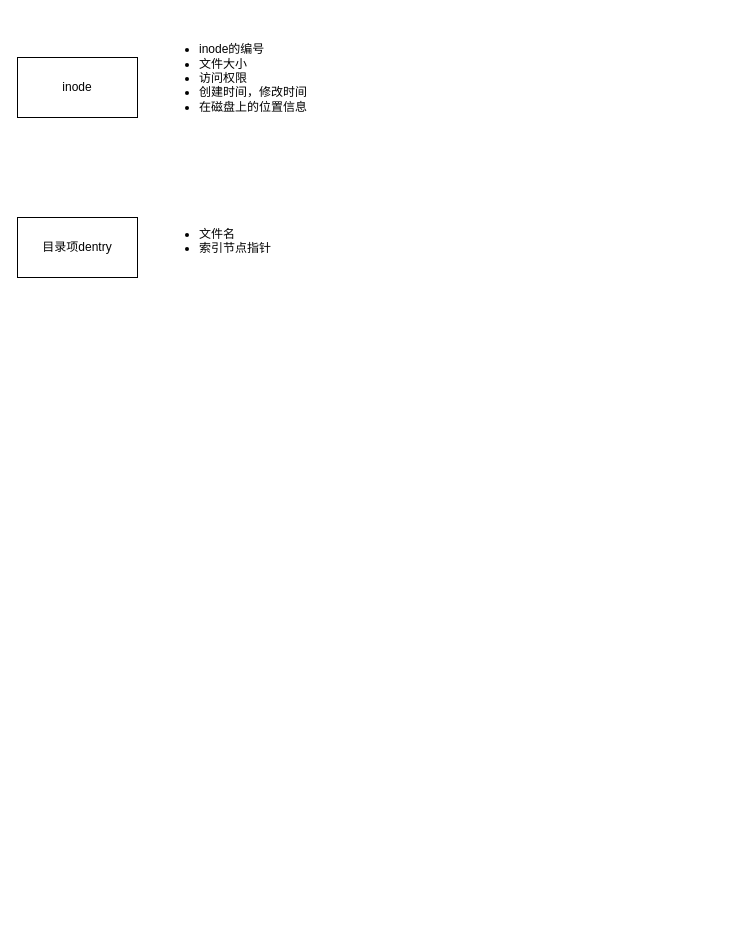
brettKK/brettkk.github.io keeps this draw.io diagram as os/test.drawio. Above is the earlier version. Source tidied: cells renumbered, new cells numbered last; positions are measured from the earlier drawing's top-left corner, leaving out a move shared by most shapes. Both pictures are drawn from the tidied source at 100%, with x=0, y=0 at pixel (17, 17).
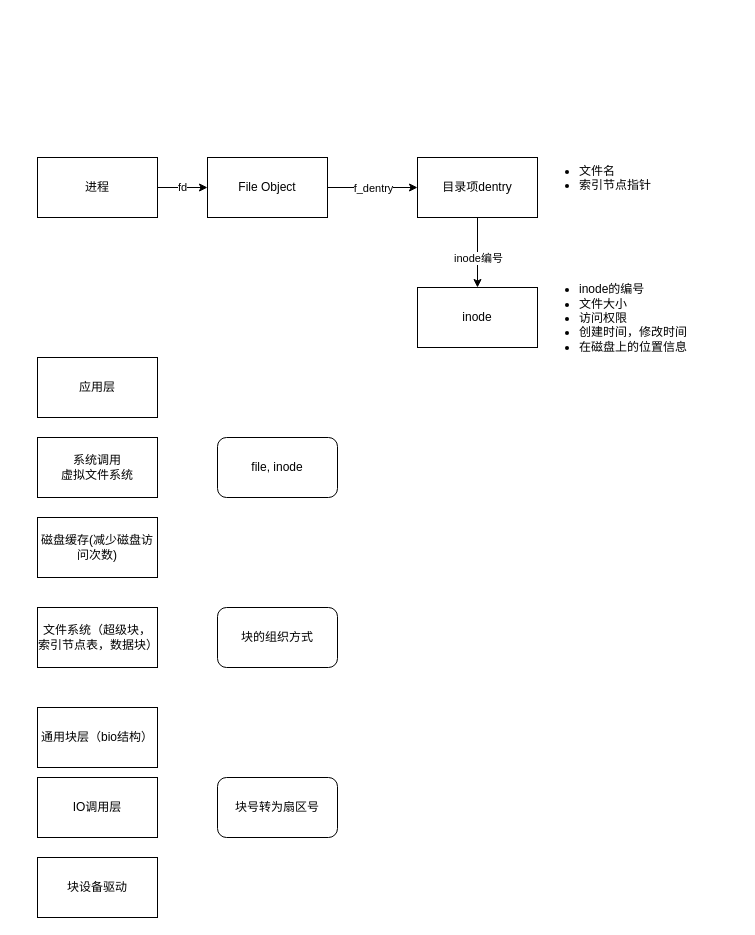
The same page after the edit.

Change to the diagram source:
```diff
@@
     <mxCell id="2" value="inode" style="rounded=0;whiteSpace=wrap;html=1;" parent="1" vertex="1">
-      <mxGeometry y="40" width="120" height="60" as="geometry" />
+      <mxGeometry x="400" y="270" width="120" height="60" as="geometry" />
     </mxCell>
     <mxCell id="3" value="&lt;ul&gt;&lt;li&gt;inode的编号&lt;/li&gt;&lt;li&gt;文件大小&lt;/li&gt;&lt;li&gt;访问权限&lt;/li&gt;&lt;li&gt;创建时间，修改时间&lt;/li&gt;&lt;li&gt;在磁盘上的位置信息&lt;/li&gt;&lt;/ul&gt;&lt;div&gt;&lt;br&gt;&lt;/div&gt;&lt;div&gt;&lt;br&gt;&lt;/div&gt;" style="text;strokeColor=none;fillColor=none;html=1;whiteSpace=wrap;verticalAlign=middle;overflow=hidden;" parent="1" vertex="1">
-      <mxGeometry x="140" width="200" height="150" as="geometry" />
+      <mxGeometry x="520" y="240" width="200" height="150" as="geometry" />
     </mxCell>
+    <mxCell id="6" style="edgeStyle=orthogonalEdgeStyle;rounded=0;jettySize=auto;html=1;exitX=0.5;exitY=1;exitDx=0;exitDy=0;" parent="1" edge="1" source="4" target="2">
+      <mxGeometry relative="1" as="geometry" />
+    </mxCell>
+    <mxCell id="7" value="inode编号" style="edgeLabel;html=1;align=center;verticalAlign=middle;" parent="6" vertex="1">
+      <mxGeometry x="0.13" relative="1" as="geometry" />
+    </mxCell>
     <mxCell id="4" value="目录项dentry" style="rounded=0;whiteSpace=wrap;html=1;" parent="1" vertex="1">
-      <mxGeometry y="200" width="120" height="60" as="geometry" />
+      <mxGeometry x="400" y="140" width="120" height="60" as="geometry" />
     </mxCell>
     <mxCell id="5" value="&lt;ul&gt;&lt;li&gt;文件名&lt;/li&gt;&lt;li&gt;索引节点指针&lt;/li&gt;&lt;/ul&gt;&lt;div&gt;&lt;br&gt;&lt;/div&gt;&lt;div&gt;&lt;br&gt;&lt;/div&gt;" style="text;strokeColor=none;fillColor=none;html=1;whiteSpace=wrap;verticalAlign=middle;overflow=hidden;" parent="1" vertex="1">
-      <mxGeometry x="140" y="195" width="200" height="70" as="geometry" />
+      <mxGeometry x="520" y="132" width="200" height="70" as="geometry" />
     </mxCell>
+    <mxCell id="8" value="应用层" style="rounded=0;whiteSpace=wrap;html=1;" parent="1" vertex="1">
+      <mxGeometry x="20" y="340" width="120" height="60" as="geometry" />
+    </mxCell>
+    <mxCell id="9" value="系统调用&lt;br&gt;虚拟文件系统" style="rounded=0;whiteSpace=wrap;html=1;" parent="1" vertex="1">
+      <mxGeometry x="20" y="420" width="120" height="60" as="geometry" />
+    </mxCell>
+    <mxCell id="10" value="磁盘缓存(减少磁盘访问次数)" style="rounded=0;whiteSpace=wrap;html=1;" parent="1" vertex="1">
+      <mxGeometry x="20" y="500" width="120" height="60" as="geometry" />
+    </mxCell>
+    <mxCell id="11" value="文件系统（超级块，索引节点表，数据块）" style="rounded=0;whiteSpace=wrap;html=1;" parent="1" vertex="1">
+      <mxGeometry x="20" y="590" width="120" height="60" as="geometry" />
+    </mxCell>
+    <mxCell id="12" value="块的组织方式" style="rounded=1;whiteSpace=wrap;html=1;" parent="1" vertex="1">
+      <mxGeometry x="200" y="590" width="120" height="60" as="geometry" />
+    </mxCell>
+    <mxCell id="13" value="通用块层（bio结构）" style="rounded=0;whiteSpace=wrap;html=1;" parent="1" vertex="1">
+      <mxGeometry x="20" y="690" width="120" height="60" as="geometry" />
+    </mxCell>
+    <mxCell id="14" value="块设备驱动" style="rounded=0;whiteSpace=wrap;html=1;" parent="1" vertex="1">
+      <mxGeometry x="20" y="840" width="120" height="60" as="geometry" />
+    </mxCell>
+    <mxCell id="15" value="IO调用层" style="rounded=0;whiteSpace=wrap;html=1;" parent="1" vertex="1">
+      <mxGeometry x="20" y="760" width="120" height="60" as="geometry" />
+    </mxCell>
+    <mxCell id="16" value="块号转为扇区号" style="rounded=1;whiteSpace=wrap;html=1;" parent="1" vertex="1">
+      <mxGeometry x="200" y="760" width="120" height="60" as="geometry" />
+    </mxCell>
+    <mxCell id="17" value="file, inode" style="rounded=1;whiteSpace=wrap;html=1;" parent="1" vertex="1">
+      <mxGeometry x="200" y="420" width="120" height="60" as="geometry" />
+    </mxCell>
+    <mxCell id="18" value="fd" style="edgeStyle=orthogonalEdgeStyle;rounded=0;jettySize=auto;html=1;exitX=1;exitY=0.5;exitDx=0;exitDy=0;entryX=0;entryY=0.5;entryDx=0;entryDy=0;" parent="1" edge="1" source="19" target="22">
+      <mxGeometry relative="1" as="geometry" />
+    </mxCell>
+    <mxCell id="19" value="进程" style="rounded=0;whiteSpace=wrap;html=1;" parent="1" vertex="1">
+      <mxGeometry x="20" y="140" width="120" height="60" as="geometry" />
+    </mxCell>
+    <mxCell id="20" style="edgeStyle=orthogonalEdgeStyle;rounded=0;jettySize=auto;html=1;exitX=1;exitY=0.5;exitDx=0;exitDy=0;entryX=0;entryY=0.5;entryDx=0;entryDy=0;" parent="1" edge="1" source="22" target="4">
+      <mxGeometry relative="1" as="geometry" />
+    </mxCell>
+    <mxCell id="21" value="f_dentry&lt;br&gt;" style="edgeLabel;html=1;align=center;verticalAlign=middle;" parent="20" vertex="1">
+      <mxGeometry relative="1" as="geometry" />
+    </mxCell>
+    <mxCell id="22" value="File Object" style="rounded=0;whiteSpace=wrap;html=1;" parent="1" vertex="1">
+      <mxGeometry x="190" y="140" width="120" height="60" as="geometry" />
+    </mxCell>
```
